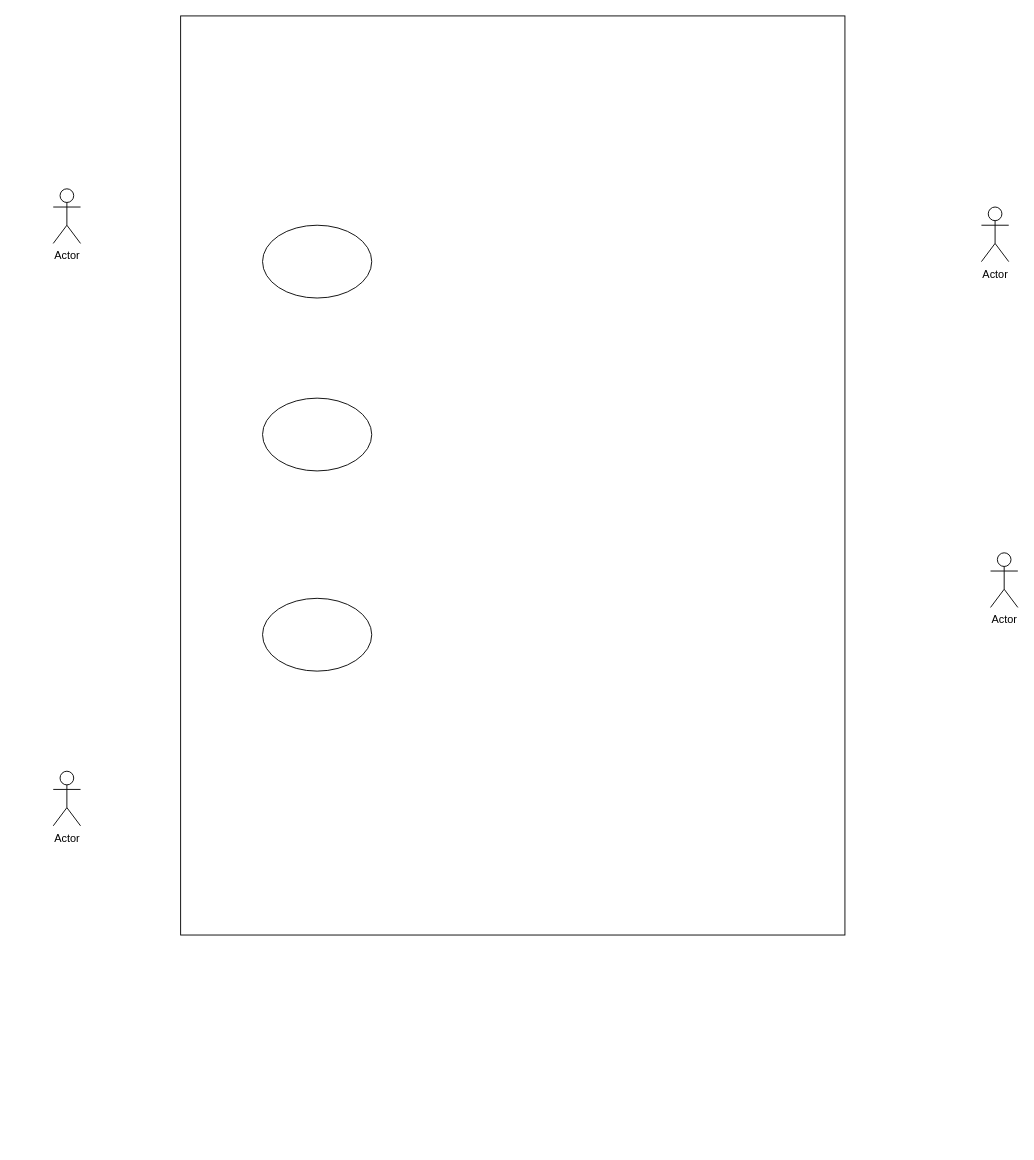
Earlier version of the draw.io diagram usecase.drawio (kittykat-sudo/ScratchProject). Source tidied: cells renumbered, new cells numbered last; positions are measured from the earlier drawing's top-left corner, leaving out a move shared by most shapes. Both pictures are drawn from the tidied source at 91%, with x=0, y=0 at pixel (53, 15).
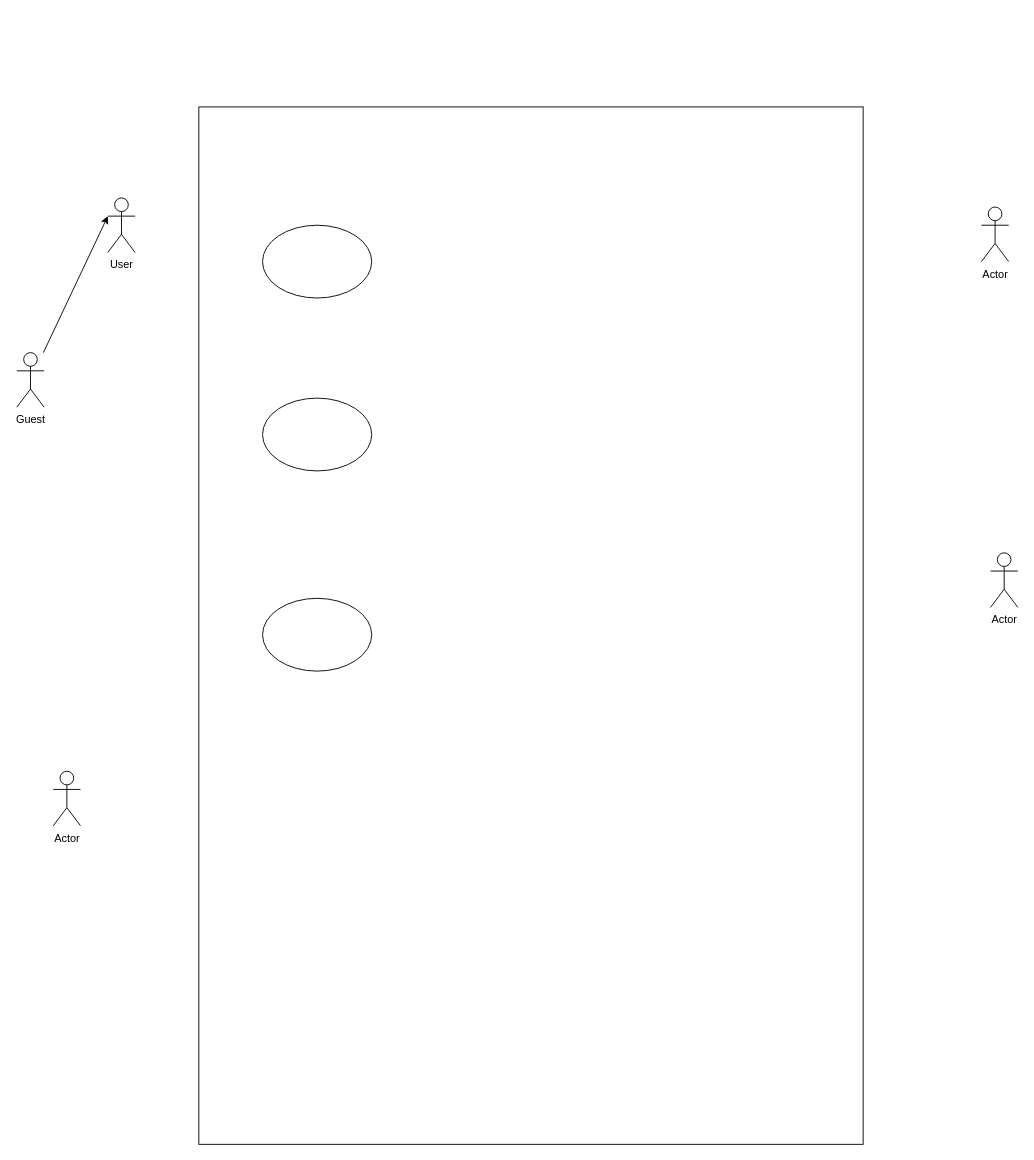
The same diagram, later.

The edit, as a diff of the source:
```diff
@@
 <mxGraphModel>
   <root>
     <mxCell id="0" />
     <mxCell id="1" parent="0" />
     <mxCell id="2" style="rounded=0;whiteSpace=wrap;html=1;" parent="1" vertex="1">
-      <mxGeometry x="140" width="730" height="1010" as="geometry" />
+      <mxGeometry x="160" y="100" width="730" height="1140" as="geometry" />
     </mxCell>
     <mxCell id="3" style="ellipse;whiteSpace=wrap;html=1;" parent="1" vertex="1">
       <mxGeometry x="230" y="230" width="120" height="80" as="geometry" />
     </mxCell>
     <mxCell id="4" style="ellipse;whiteSpace=wrap;html=1;" parent="1" vertex="1">
       <mxGeometry x="230" y="420" width="120" height="80" as="geometry" />
     </mxCell>
     <mxCell id="5" style="ellipse;whiteSpace=wrap;html=1;" parent="1" vertex="1">
       <mxGeometry x="230" y="640" width="120" height="80" as="geometry" />
     </mxCell>
     <mxCell id="6" value="Actor" style="shape=umlActor;verticalLabelPosition=bottom;verticalAlign=top;html=1;" parent="1" vertex="1">
       <mxGeometry y="830" width="30" height="60" as="geometry" />
     </mxCell>
-    <mxCell id="7" value="Actor" style="shape=umlActor;verticalLabelPosition=bottom;verticalAlign=top;html=1;outlineConnect=0;" parent="1" vertex="1">
-      <mxGeometry y="190" width="30" height="60" as="geometry" />
+    <mxCell id="7" value="User&lt;div&gt;&lt;br&gt;&lt;/div&gt;" style="shape=umlActor;verticalLabelPosition=bottom;verticalAlign=top;html=1;outlineConnect=0;" parent="1" vertex="1">
+      <mxGeometry x="60" y="200" width="30" height="60" as="geometry" />
     </mxCell>
     <mxCell id="8" value="Actor" style="shape=umlActor;verticalLabelPosition=bottom;verticalAlign=top;html=1;" parent="1" vertex="1">
       <mxGeometry x="1030" y="590" width="30" height="60" as="geometry" />
     </mxCell>
     <mxCell id="9" value="Actor" style="shape=umlActor;verticalLabelPosition=bottom;verticalAlign=top;html=1;" parent="1" vertex="1">
       <mxGeometry x="1020" y="210" width="30" height="60" as="geometry" />
     </mxCell>
+    <mxCell id="10" value="&lt;div&gt;Guest&lt;/div&gt;" style="shape=umlActor;verticalLabelPosition=bottom;verticalAlign=top;html=1;outlineConnect=0;" parent="1" vertex="1">
+      <mxGeometry x="-40" y="370" width="30" height="60" as="geometry" />
+    </mxCell>
+    <mxCell id="11" style="endArrow=classic;html=1;rounded=0;entryX=0;entryY=0.3333333333333333;entryDx=0;entryDy=0;entryPerimeter=0;" parent="1" edge="1" source="10" target="7">
+      <mxGeometry relative="1" as="geometry" />
+    </mxCell>
   </root>
 </mxGraphModel>
```
